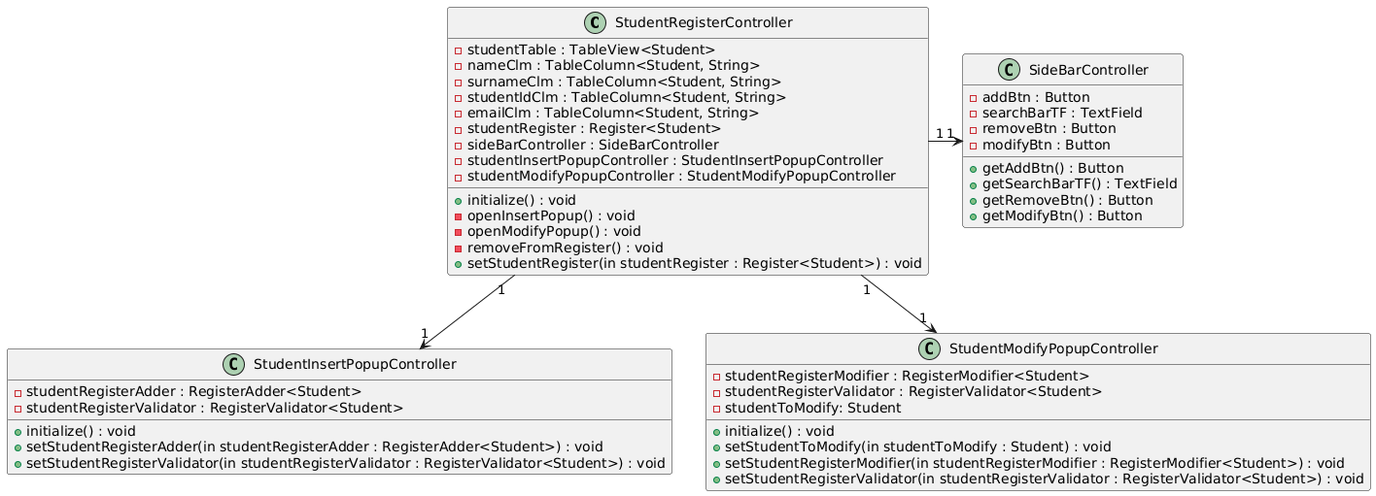
This is docs/Class Diagrams/Register Controllers Perspective/Student/StudentControllerPerspective.png from cwke/LibraryManager, a PlantUML export, as it was before one commit.
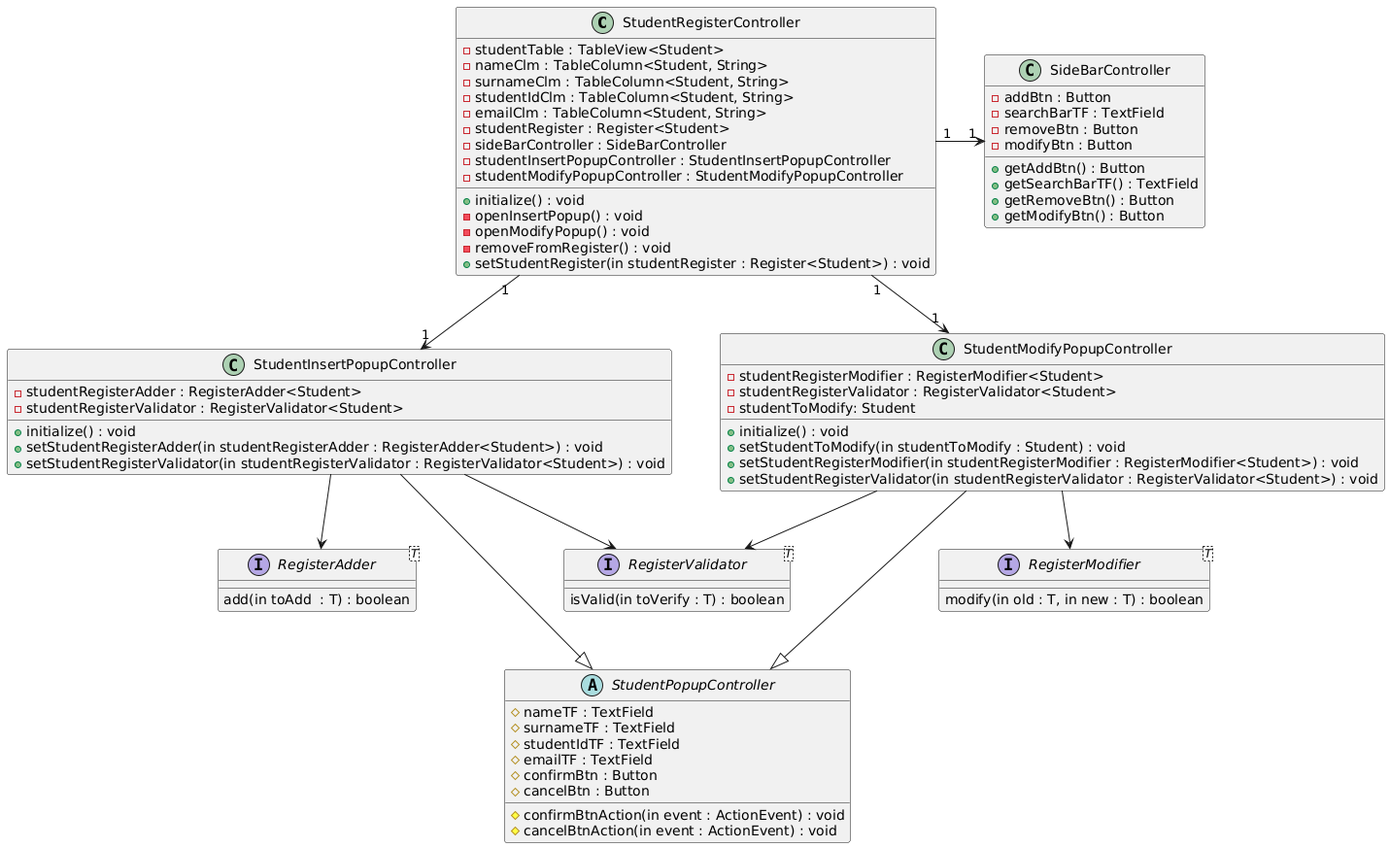
The same file after the commit.

What changed in the source:
```diff
@@ -1,4 +1,6 @@
 @startuml
+skinparam nodesep 50
+
 class StudentRegisterController{
 +initialize() : void
 -studentTable : TableView<Student>
@@ -51,9 +53,48 @@
 +setStudentRegisterValidator(in studentRegisterValidator : RegisterValidator<Student>) : void
 }
 
+interface RegisterAdder<T>{
+add(in toAdd  : T) : boolean
+}
+
+interface RegisterModifier<T>{
+modify(in old : T, in new : T) : boolean
+}
+
+interface RegisterValidator<T>{
+isValid(in toVerify : T) : boolean
+}
+
+
+abstract class StudentPopupController{
+#nameTF : TextField
+#surnameTF : TextField
+#studentIdTF : TextField
+#emailTF : TextField
+#confirmBtn : Button
+#cancelBtn : Button
+
+#confirmBtnAction(in event : ActionEvent) : void
+#cancelBtnAction(in event : ActionEvent) : void
+}
+
+
+
+StudentInsertPopupController ---|> StudentPopupController
+StudentModifyPopupController ---|> StudentPopupController
+
+
+StudentInsertPopupController -d-> RegisterValidator
+StudentInsertPopupController --> RegisterAdder
+
+StudentModifyPopupController -d-> RegisterValidator
+StudentModifyPopupController --> RegisterModifier
+
 
 
 StudentRegisterController "1" -r-> "1" SideBarController
 StudentRegisterController "1" -d-> "1" StudentInsertPopupController
 StudentRegisterController "1" -d-> "1" StudentModifyPopupController
+
+RegisterAdder -[hidden]right- RegisterValidator
 @enduml
```
